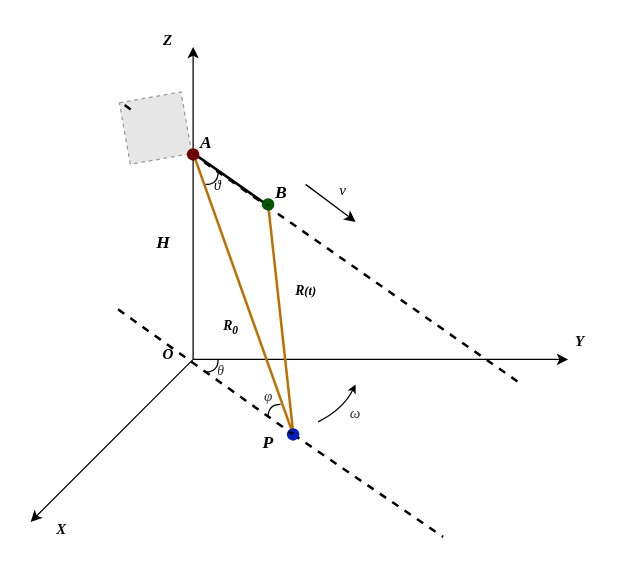
The draw.io diagram forward-looking.drawio in LFNing/General, before the edit. Source tidied: cells renumbered, new cells numbered last; positions are measured from the earlier drawing's top-left corner, leaving out a move shared by most shapes. Both pictures are drawn from the tidied source at 125%, with x=0, y=0 at pixel (30, 21). Pictures stored in the file or linked from it are replaced by grey dashed boxes.
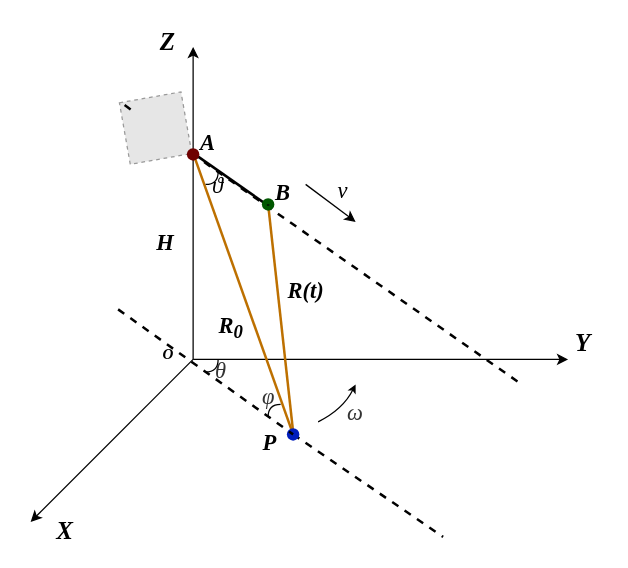
Above is the later version.

What changed in the source:
```diff
@@
-    <mxCell id="2" value="&lt;span style=&quot;color: rgb(51, 51, 51); font-size: 12px; text-align: left; background-color: rgb(255, 255, 255);&quot;&gt;&lt;i&gt;ω&lt;/i&gt;&lt;/span&gt;" style="text;html=1;strokeColor=none;fillColor=none;align=center;verticalAlign=middle;whiteSpace=wrap;rounded=0;fontFamily=Times New Roman;fontSize=11;" parent="1" vertex="1">
+    <mxCell id="2" value="&lt;span style=&quot;color: rgb(51, 51, 51); font-size: 18px; text-align: left; background-color: rgb(255, 255, 255);&quot;&gt;&lt;i style=&quot;font-size: 18px;&quot;&gt;ω&lt;/i&gt;&lt;/span&gt;" style="text;html=1;strokeColor=none;fillColor=none;align=center;verticalAlign=middle;whiteSpace=wrap;rounded=0;fontFamily=Times New Roman;fontSize=18;" parent="1" vertex="1">
       <mxGeometry x="250" y="306" width="20" height="14" as="geometry" />
     </mxCell>
-    <mxCell id="3" value="B" style="text;strokeColor=none;fillColor=none;align=left;verticalAlign=middle;spacingLeft=4;spacingRight=4;overflow=hidden;fontFamily=Times New Roman;fontStyle=3;fontSize=14;" parent="1" vertex="1">
+    <mxCell id="3" value="B" style="text;strokeColor=none;fillColor=none;align=left;verticalAlign=middle;spacingLeft=4;spacingRight=4;overflow=hidden;fontFamily=Times New Roman;fontStyle=3;fontSize=18;" parent="1" vertex="1">
       <mxGeometry x="190" y="120" width="30" height="30" as="geometry" />
     </mxCell>
-    <mxCell id="4" value="&lt;span style=&quot;color: rgb(51, 51, 51); text-align: left; background-color: rgb(255, 255, 255);&quot;&gt;&lt;i style=&quot;&quot;&gt;&lt;font style=&quot;font-size: 11px;&quot;&gt;θ&lt;/font&gt;&lt;/i&gt;&lt;/span&gt;" style="text;html=1;align=center;verticalAlign=middle;strokeColor=none;fillColor=none;fontSize=6;fontFamily=Times New Roman;" parent="1" vertex="1">
-      <mxGeometry x="137" y="264" width="30" height="30" as="geometry" />
+    <mxCell id="4" value="&lt;span style=&quot;color: rgb(51, 51, 51); text-align: left; background-color: rgb(255, 255, 255);&quot;&gt;&lt;i style=&quot;&quot;&gt;&lt;font style=&quot;font-size: 18px;&quot;&gt;θ&lt;/font&gt;&lt;/i&gt;&lt;/span&gt;" style="text;html=1;align=center;verticalAlign=middle;strokeColor=none;fillColor=none;fontSize=6;fontFamily=Times New Roman;" parent="1" vertex="1">
+      <mxGeometry x="137" y="259" width="30" height="40" as="geometry" />
     </mxCell>
-    <mxCell id="5" value="&lt;i&gt;ϑ&lt;/i&gt;" style="text;html=1;strokeColor=none;fillColor=none;align=center;verticalAlign=middle;whiteSpace=wrap;rounded=0;fontFamily=Times New Roman;fontSize=11;" parent="1" vertex="1">
+    <mxCell id="5" value="&lt;i style=&quot;font-size: 18px;&quot;&gt;ϑ&lt;/i&gt;" style="text;html=1;strokeColor=none;fillColor=none;align=center;verticalAlign=middle;whiteSpace=wrap;rounded=0;fontFamily=Times New Roman;fontSize=18;" parent="1" vertex="1">
       <mxGeometry x="120" y="120" width="60" height="21" as="geometry" />
     </mxCell>
-    <mxCell id="6" value="&lt;span style=&quot;color: rgb(51, 51, 51); font-size: 12px; text-align: left; background-color: rgb(255, 255, 255);&quot;&gt;&lt;i&gt;φ&lt;/i&gt;&lt;/span&gt;" style="text;html=1;align=center;verticalAlign=middle;fillColor=none;strokeColor=none;rounded=0;fontFamily=Times New Roman;fontSize=11;" parent="1" vertex="1">
-      <mxGeometry x="175" y="285" width="30" height="30" as="geometry" />
+    <mxCell id="6" value="&lt;span style=&quot;color: rgb(51, 51, 51); font-size: 18px; text-align: left; background-color: rgb(255, 255, 255);&quot;&gt;&lt;i style=&quot;font-size: 18px;&quot;&gt;φ&lt;/i&gt;&lt;/span&gt;" style="text;html=1;align=center;verticalAlign=middle;fillColor=none;strokeColor=none;rounded=0;fontFamily=Times New Roman;fontSize=18;" parent="1" vertex="1">
+      <mxGeometry x="175" y="280" width="30" height="40" as="geometry" />
     </mxCell>
@@
-    <mxCell id="13" value="X" style="text;strokeColor=none;fillColor=none;align=left;verticalAlign=middle;spacingLeft=4;spacingRight=4;overflow=hidden;fontStyle=3;fontFamily=Times New Roman;" parent="1" vertex="1">
+    <mxCell id="13" value="X" style="text;strokeColor=none;fillColor=none;align=left;verticalAlign=middle;spacingLeft=4;spacingRight=4;overflow=hidden;fontStyle=3;fontFamily=Times New Roman;fontSize=20;" parent="1" vertex="1">
       <mxGeometry x="15" y="390" width="80" height="30" as="geometry" />
     </mxCell>
-    <mxCell id="14" value="Y" style="text;strokeColor=none;fillColor=none;align=left;verticalAlign=middle;spacingLeft=4;spacingRight=4;overflow=hidden;fontFamily=Times New Roman;fontStyle=3;" parent="1" vertex="1">
+    <mxCell id="14" value="Y" style="text;strokeColor=none;fillColor=none;align=left;verticalAlign=middle;spacingLeft=4;spacingRight=4;overflow=hidden;fontFamily=Times New Roman;fontStyle=3;fontSize=20;" parent="1" vertex="1">
       <mxGeometry x="430" y="240" width="30" height="30" as="geometry" />
     </mxCell>
-    <mxCell id="15" value="&lt;i&gt;&lt;b&gt;Z&lt;/b&gt;&lt;/i&gt;" style="text;html=1;strokeColor=none;fillColor=none;align=center;verticalAlign=middle;whiteSpace=wrap;rounded=0;fontFamily=Times New Roman;" parent="1" vertex="1">
+    <mxCell id="15" value="&lt;i style=&quot;font-size: 20px;&quot;&gt;&lt;b style=&quot;font-size: 20px;&quot;&gt;&lt;font style=&quot;font-size: 20px;&quot;&gt;Z&lt;/font&gt;&lt;/b&gt;&lt;/i&gt;" style="text;html=1;strokeColor=none;fillColor=none;align=center;verticalAlign=middle;whiteSpace=wrap;rounded=0;fontFamily=Times New Roman;fontSize=20;" parent="1" vertex="1">
       <mxGeometry x="95" width="30" height="30" as="geometry" />
     </mxCell>
@@
-    <mxCell id="17" value="&lt;i&gt;v&lt;/i&gt;" style="text;html=1;strokeColor=none;fillColor=none;align=center;verticalAlign=middle;whiteSpace=wrap;rounded=0;fontFamily=Times New Roman;" parent="1" vertex="1">
+    <mxCell id="17" value="&lt;i style=&quot;font-size: 18px;&quot;&gt;v&lt;/i&gt;" style="text;html=1;strokeColor=none;fillColor=none;align=center;verticalAlign=middle;whiteSpace=wrap;rounded=0;fontFamily=Times New Roman;fontSize=18;" parent="1" vertex="1">
       <mxGeometry x="220" y="120" width="60" height="30" as="geometry" />
     </mxCell>
-    <mxCell id="18" value="H" style="text;strokeColor=none;fillColor=none;align=left;verticalAlign=middle;spacingLeft=4;spacingRight=4;overflow=hidden;fontFamily=Times New Roman;fontStyle=3;fontSize=14;" parent="1" vertex="1">
+    <mxCell id="18" value="H" style="text;strokeColor=none;fillColor=none;align=left;verticalAlign=middle;spacingLeft=4;spacingRight=4;overflow=hidden;fontFamily=Times New Roman;fontStyle=3;fontSize=18;" parent="1" vertex="1">
       <mxGeometry x="95" y="160" width="30" height="30" as="geometry" />
     </mxCell>
@@
-    <mxCell id="24" value="&lt;i&gt;&lt;b&gt;R&lt;sub&gt;0&lt;/sub&gt;&lt;/b&gt;&lt;/i&gt;" style="text;html=1;align=center;verticalAlign=middle;fillColor=none;strokeColor=none;rounded=0;fontFamily=Times New Roman;fontSize=11;" parent="1" vertex="1">
-      <mxGeometry x="140" y="230" width="40" height="30" as="geometry" />
+    <mxCell id="24" value="&lt;i style=&quot;font-size: 18px;&quot;&gt;&lt;b&gt;R&lt;sub&gt;0&lt;/sub&gt;&lt;/b&gt;&lt;/i&gt;" style="text;html=1;align=center;verticalAlign=middle;fillColor=none;strokeColor=none;rounded=0;fontFamily=Times New Roman;fontSize=11;" parent="1" vertex="1">
+      <mxGeometry x="140" y="225" width="40" height="40" as="geometry" />
     </mxCell>
-    <mxCell id="25" value="&lt;i&gt;&lt;b&gt;R&lt;font size=&quot;1&quot;&gt;(t)&lt;/font&gt;&lt;/b&gt;&lt;/i&gt;" style="text;html=1;align=center;verticalAlign=middle;fillColor=none;strokeColor=none;rounded=0;fontFamily=Times New Roman;fontSize=11;" parent="1" vertex="1">
-      <mxGeometry x="200" y="200" width="40" height="30" as="geometry" />
+    <mxCell id="25" value="&lt;i style=&quot;font-size: 18px;&quot;&gt;&lt;b&gt;R&lt;font style=&quot;font-size: 18px;&quot;&gt;(t)&lt;/font&gt;&lt;/b&gt;&lt;/i&gt;" style="text;html=1;align=center;verticalAlign=middle;fillColor=none;strokeColor=none;rounded=0;fontFamily=Times New Roman;fontSize=11;" parent="1" vertex="1">
+      <mxGeometry x="195" y="195" width="50" height="40" as="geometry" />
     </mxCell>
-    <mxCell id="26" value="P" style="text;strokeColor=none;fillColor=none;align=left;verticalAlign=middle;spacingLeft=4;spacingRight=4;overflow=hidden;fontFamily=Times New Roman;fontStyle=3;fontSize=14;" parent="1" vertex="1">
+    <mxCell id="26" value="P" style="text;strokeColor=none;fillColor=none;align=left;verticalAlign=middle;spacingLeft=4;spacingRight=4;overflow=hidden;fontFamily=Times New Roman;fontStyle=3;fontSize=18;" parent="1" vertex="1">
       <mxGeometry x="180" y="320" width="30" height="30" as="geometry" />
     </mxCell>
@@
-    <mxCell id="30" value="A" style="text;strokeColor=none;fillColor=none;align=left;verticalAlign=middle;spacingLeft=4;spacingRight=4;overflow=hidden;fontFamily=Times New Roman;fontStyle=3;fontSize=14;" parent="1" vertex="1">
+    <mxCell id="30" value="A" style="text;strokeColor=none;fillColor=none;align=left;verticalAlign=middle;spacingLeft=4;spacingRight=4;overflow=hidden;fontFamily=Times New Roman;fontStyle=3;fontSize=18;" parent="1" vertex="1">
       <mxGeometry x="130" y="80" width="30" height="30" as="geometry" />
     </mxCell>
```
